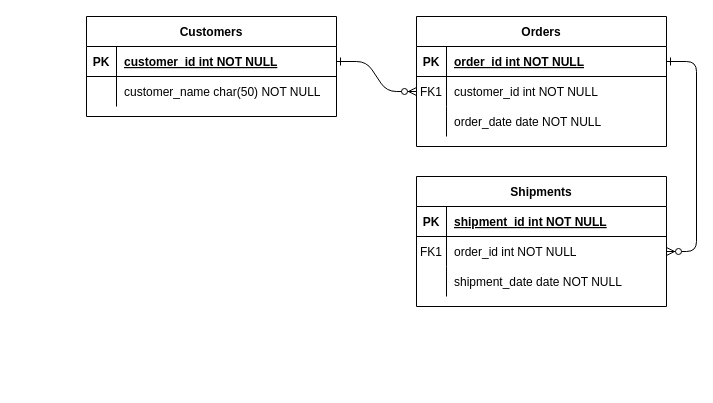
cohenjo/schemahero keeps this draw.io diagram as docs/Tenants-schema.drawio. Above is the earlier version. Source tidied: cells renumbered, new cells numbered last; positions are measured from the earlier drawing's top-left corner, leaving out a move shared by most shapes. Both pictures are drawn from the tidied source at 100%, with x=0, y=0 at pixel (86, 16).
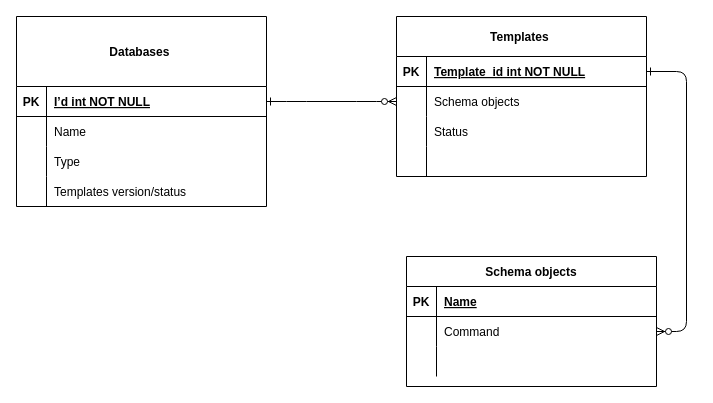
The same page after the edit.

The change refers to these unchanged cells:
```xml
<mxCell id="15" style="shape=partialRectangle;fillColor=none;top=0;left=0;right=0;bottom=1;" parent="14" vertex="1">
  <mxGeometry y="30" width="250" height="30" as="geometry" />
</mxCell>
<mxCell id="18" style="shape=partialRectangle;fillColor=none;points=[[0,0.5],[1,0.5]];portConstraint=eastwest;top=0;left=0;right=0;bottom=0;" parent="14" vertex="1">
  <mxGeometry y="60" width="250" height="30" as="geometry" />
</mxCell>
<mxCell id="21" style="shape=partialRectangle;fillColor=none;top=0;left=0;right=0;bottom=0;" parent="14" vertex="1">
  <mxGeometry y="90" width="250" height="30" as="geometry" />
</mxCell>
```

Diff of the diagram source:
```diff
@@
-    <mxCell id="4" value="Orders" style="shape=table;startSize=30;childLayout=tableLayout;rowLines=0;fontStyle=1;align=center;" parent="1" vertex="1">
-      <mxGeometry x="330" width="250" height="130" as="geometry" />
+    <mxCell id="4" value="Templates " style="shape=table;startSize=40;childLayout=tableLayout;rowLines=0;fontStyle=1;align=center;" parent="1" vertex="1">
+      <mxGeometry x="310" width="250" height="160" as="geometry" />
     </mxCell>
     <mxCell id="5" style="shape=partialRectangle;fillColor=none;points=[[0,0.5],[1,0.5]];portConstraint=eastwest;top=0;left=0;right=0;bottom=1;" parent="4" vertex="1">
-      <mxGeometry y="30" width="250" height="30" as="geometry" />
+      <mxGeometry y="40" width="250" height="30" as="geometry" />
     </mxCell>
@@
-    <mxCell id="7" value="order_id int NOT NULL " style="shape=partialRectangle;overflow=hidden;fillColor=none;top=0;left=0;bottom=0;right=0;align=left;spacingLeft=6;fontStyle=5;" parent="5" vertex="1">
+    <mxCell id="7" value="Template_id int NOT NULL " style="shape=partialRectangle;overflow=hidden;fillColor=none;top=0;left=0;bottom=0;right=0;align=left;spacingLeft=6;fontStyle=5;" parent="5" vertex="1">
       <mxGeometry x="30" width="220" height="30" as="geometry" />
     </mxCell>
     <mxCell id="8" style="shape=partialRectangle;fillColor=none;points=[[0,0.5],[1,0.5]];portConstraint=eastwest;top=0;left=0;right=0;bottom=0;" parent="4" vertex="1">
-      <mxGeometry y="60" width="250" height="30" as="geometry" />
+      <mxGeometry y="70" width="250" height="30" as="geometry" />
     </mxCell>
-    <mxCell id="9" value="FK1" style="shape=partialRectangle;overflow=hidden;fillColor=none;top=0;left=0;bottom=0;right=0;" parent="8" vertex="1">
+    <mxCell id="9" style="shape=partialRectangle;overflow=hidden;fillColor=none;top=0;left=0;bottom=0;right=0;" parent="8" vertex="1">
       <mxGeometry width="30" height="30" as="geometry" />
     </mxCell>
-    <mxCell id="10" value="customer_id int NOT NULL" style="shape=partialRectangle;overflow=hidden;fillColor=none;top=0;left=0;bottom=0;right=0;align=left;spacingLeft=6;" parent="8" vertex="1">
+    <mxCell id="10" value="Schema objects" style="shape=partialRectangle;overflow=hidden;fillColor=none;top=0;left=0;bottom=0;right=0;align=left;spacingLeft=6;" parent="8" vertex="1">
       <mxGeometry x="30" width="220" height="30" as="geometry" />
     </mxCell>
     <mxCell id="11" style="shape=partialRectangle;fillColor=none;top=0;left=0;right=0;bottom=0;" parent="4" vertex="1">
-      <mxGeometry y="90" width="250" height="30" as="geometry" />
+      <mxGeometry y="100" width="250" height="30" as="geometry" />
     </mxCell>
@@
-    <mxCell id="13" value="order_date date NOT NULL" style="shape=partialRectangle;overflow=hidden;fillColor=none;top=0;left=0;bottom=0;right=0;align=left;spacingLeft=6;" parent="11" vertex="1">
+    <mxCell id="13" value="Status " style="shape=partialRectangle;overflow=hidden;fillColor=none;top=0;left=0;bottom=0;right=0;align=left;spacingLeft=6;" parent="11" vertex="1">
       <mxGeometry x="30" width="220" height="30" as="geometry" />
     </mxCell>
+    <mxCell id="31" style="shape=partialRectangle;fillColor=none;top=0;left=0;bottom=0;right=0;" parent="4" vertex="1">
+      <mxGeometry y="130" width="250" height="30" as="geometry" />
+    </mxCell>
+    <mxCell id="32" style="shape=partialRectangle;fillColor=none;top=0;left=0;bottom=0;right=0;overflow=hidden;" parent="31" vertex="1">
+      <mxGeometry width="30" height="30" as="geometry" />
+    </mxCell>
+    <mxCell id="33" style="shape=partialRectangle;fillColor=none;top=0;left=0;bottom=0;right=0;align=left;spacingLeft=6;overflow=hidden;" parent="31" vertex="1">
+      <mxGeometry x="30" width="220" height="30" as="geometry" />
+    </mxCell>
-    <mxCell id="14" value="Shipments" style="shape=table;startSize=30;childLayout=tableLayout;rowLines=0;fontStyle=1;align=center;" parent="1" vertex="1">
-      <mxGeometry x="330" y="160" width="250" height="130" as="geometry" />
+    <mxCell id="14" value="Schema objects" style="shape=table;startSize=30;childLayout=tableLayout;rowLines=0;fontStyle=1;align=center;" parent="1" vertex="1">
+      <mxGeometry x="320" y="240" width="250" height="130" as="geometry" />
     </mxCell>
@@
-    <mxCell id="17" value="shipment_id int NOT NULL " style="shape=partialRectangle;overflow=hidden;fillColor=none;top=0;left=0;bottom=0;right=0;align=left;spacingLeft=6;fontStyle=5;" parent="15" vertex="1">
+    <mxCell id="17" value="Name" style="shape=partialRectangle;overflow=hidden;fillColor=none;top=0;left=0;bottom=0;right=0;align=left;spacingLeft=6;fontStyle=5;" parent="15" vertex="1">
       <mxGeometry x="30" width="220" height="30" as="geometry" />
     </mxCell>
@@
-    <mxCell id="19" value="FK1" style="shape=partialRectangle;overflow=hidden;fillColor=none;top=0;left=0;bottom=0;right=0;" parent="18" vertex="1">
+    <mxCell id="19" style="shape=partialRectangle;overflow=hidden;fillColor=none;top=0;left=0;bottom=0;right=0;" parent="18" vertex="1">
       <mxGeometry width="30" height="30" as="geometry" />
     </mxCell>
-    <mxCell id="20" value="order_id int NOT NULL" style="shape=partialRectangle;overflow=hidden;fillColor=none;top=0;left=0;bottom=0;right=0;align=left;spacingLeft=6;" parent="18" vertex="1">
+    <mxCell id="20" value="Command" style="shape=partialRectangle;overflow=hidden;fillColor=none;top=0;left=0;bottom=0;right=0;align=left;spacingLeft=6;" parent="18" vertex="1">
       <mxGeometry x="30" width="220" height="30" as="geometry" />
     </mxCell>
@@
-    <mxCell id="23" value="shipment_date date NOT NULL" style="shape=partialRectangle;overflow=hidden;fillColor=none;top=0;left=0;bottom=0;right=0;align=left;spacingLeft=6;" parent="21" vertex="1">
+    <mxCell id="23" style="shape=partialRectangle;overflow=hidden;fillColor=none;top=0;left=0;bottom=0;right=0;align=left;spacingLeft=6;" parent="21" vertex="1">
       <mxGeometry x="30" width="220" height="30" as="geometry" />
     </mxCell>
-    <mxCell id="24" value="Customers" style="shape=table;startSize=30;childLayout=tableLayout;rowLines=0;fontStyle=1;align=center;" parent="1" vertex="1">
-      <mxGeometry width="250" height="100" as="geometry" />
+    <mxCell id="24" value="Databases " style="shape=table;startSize=70;childLayout=tableLayout;rowLines=0;fontStyle=1;align=center;" parent="1" vertex="1">
+      <mxGeometry x="-70" width="250" height="190" as="geometry" />
     </mxCell>
     <mxCell id="25" style="shape=partialRectangle;fillColor=none;points=[[0,0.5],[1,0.5]];portConstraint=eastwest;top=0;left=0;right=0;bottom=1;" parent="24" vertex="1">
-      <mxGeometry y="30" width="250" height="30" as="geometry" />
+      <mxGeometry y="70" width="250" height="30" as="geometry" />
     </mxCell>
@@
-    <mxCell id="27" value="customer_id int NOT NULL " style="shape=partialRectangle;overflow=hidden;fillColor=none;top=0;left=0;bottom=0;right=0;align=left;spacingLeft=6;fontStyle=5;" parent="25" vertex="1">
+    <mxCell id="27" value="I’d int NOT NULL " style="shape=partialRectangle;overflow=hidden;fillColor=none;top=0;left=0;bottom=0;right=0;align=left;spacingLeft=6;fontStyle=5;" parent="25" vertex="1">
       <mxGeometry x="30" width="220" height="30" as="geometry" />
     </mxCell>
     <mxCell id="28" style="shape=partialRectangle;fillColor=none;top=0;left=0;right=0;bottom=0;" parent="24" vertex="1">
-      <mxGeometry y="60" width="250" height="30" as="geometry" />
+      <mxGeometry y="100" width="250" height="30" as="geometry" />
     </mxCell>
@@
-    <mxCell id="30" value="customer_name char(50) NOT NULL" style="shape=partialRectangle;overflow=hidden;fillColor=none;top=0;left=0;bottom=0;right=0;align=left;spacingLeft=6;" parent="28" vertex="1">
+    <mxCell id="30" value="Name" style="shape=partialRectangle;overflow=hidden;fillColor=none;top=0;left=0;bottom=0;right=0;align=left;spacingLeft=6;" parent="28" vertex="1">
       <mxGeometry x="30" width="220" height="30" as="geometry" />
     </mxCell>
+    <mxCell id="34" style="shape=partialRectangle;fillColor=none;top=0;left=0;bottom=0;right=0;" parent="24" vertex="1">
+      <mxGeometry y="130" width="250" height="30" as="geometry" />
+    </mxCell>
+    <mxCell id="35" style="shape=partialRectangle;fillColor=none;top=0;left=0;bottom=0;right=0;overflow=hidden;" parent="34" vertex="1">
+      <mxGeometry width="30" height="30" as="geometry" />
+    </mxCell>
+    <mxCell id="36" value="Type" style="shape=partialRectangle;fillColor=none;top=0;left=0;bottom=0;right=0;align=left;spacingLeft=6;overflow=hidden;" parent="34" vertex="1">
+      <mxGeometry x="30" width="220" height="30" as="geometry" />
+    </mxCell>
+    <mxCell id="37" style="shape=partialRectangle;fillColor=none;top=0;left=0;bottom=0;right=0;" parent="24" vertex="1">
+      <mxGeometry y="160" width="250" height="30" as="geometry" />
+    </mxCell>
+    <mxCell id="38" style="shape=partialRectangle;fillColor=none;top=0;left=0;bottom=0;right=0;overflow=hidden;" parent="37" vertex="1">
+      <mxGeometry width="30" height="30" as="geometry" />
+    </mxCell>
+    <mxCell id="39" value="Templates version/status " style="shape=partialRectangle;fillColor=none;top=0;left=0;bottom=0;right=0;align=left;spacingLeft=6;overflow=hidden;" parent="37" vertex="1">
+      <mxGeometry x="30" width="220" height="30" as="geometry" />
+    </mxCell>
```
